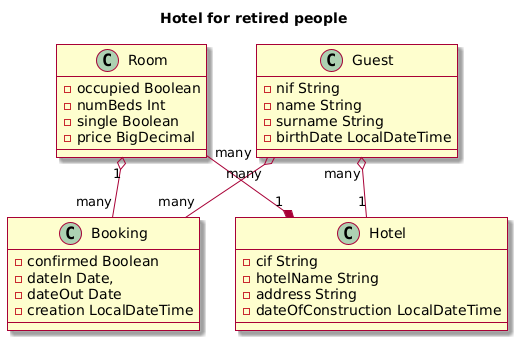
Before: docs/hotel_retired.models.png, a diagram exported from PlantUML (miw-upm/apaw-practice).
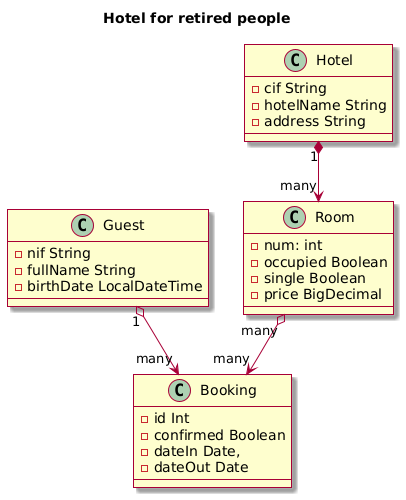
After the commit.

Diff of the diagram source:
```diff
@@ -6,35 +6,33 @@
 class Guest
 {
    -nif String
-   -name String
-   -surname String
+   -fullName String
    -birthDate LocalDateTime
 }
 class Booking
 {
+  -id Int
   -confirmed Boolean
   -dateIn Date,
   -dateOut Date
-  -creation LocalDateTime
 }
 class Hotel
 {
   -cif String
   -hotelName String
   -address String
-  -dateOfConstruction LocalDateTime
 }
 class Room
 {
+  -num: int
   -occupied Boolean
-  -numBeds Int
   -single Boolean
   -price BigDecimal
 }
 
-Hotel "1" *-up- "many" Room
+Hotel "1" *--> "many" Room
 
-Guest "many" o-- "1" Hotel
-Guest "many" o-- "many" Booking
-Room "1" o-- "many" Booking
+Guest "1" o--> "many" Booking
+
+Room "many" o--> "many" Booking
 @enduml
```
